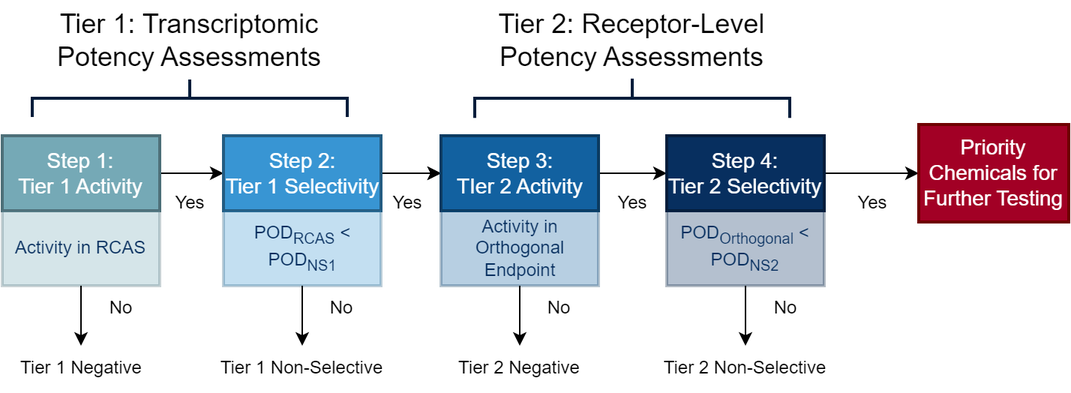
USEPA/CompTox-HTTr-RCAS keeps this draw.io diagram as vignettes/Fig2A_detail.png. Above is the earlier version. Source tidied: cells renumbered, new cells last; positions are measured from the earlier drawing's top-left corner, leaving out a move shared by most shapes.
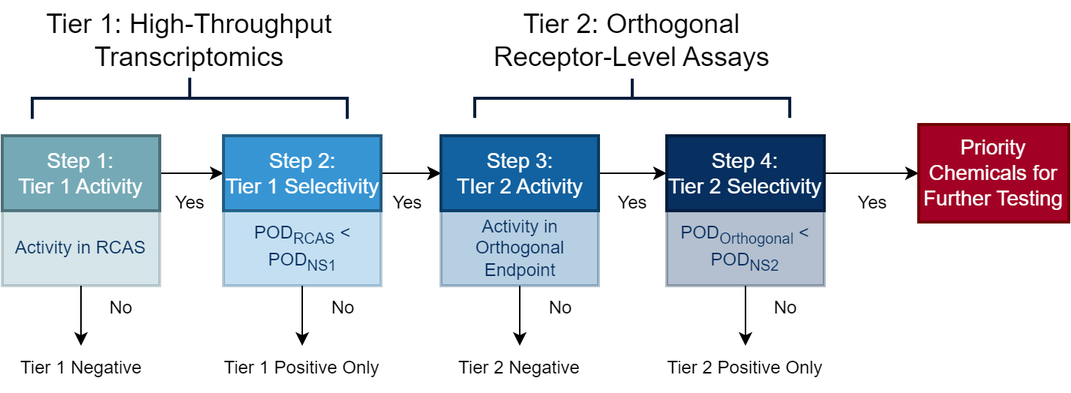
The same diagram one commit later.

Commit message:
attrition-process: updated terminology + framework schematic

Change to the diagram source:
```diff
@@ -26,17 +26,17 @@
     <mxCell id="9" style="strokeWidth=2;html=1;shape=mxgraph.flowchart.annotation_2;align=left;labelPosition=right;strokeColor=#041D3B;fontSize=20;fontColor=#000000;fillColor=#072f5f;rotation=90;" parent="8" vertex="1">
       <mxGeometry x="96.9" y="-40" width="26.2" height="210" as="geometry" />
     </mxCell>
-    <mxCell id="10" value="Tier 2: Receptor-Level Potency Assessments" style="text;html=1;strokeColor=none;fillColor=none;align=center;verticalAlign=middle;whiteSpace=wrap;rounded=0;sketch=0;fontSize=18;fontColor=#000000;fontStyle=0;" parent="8" vertex="1">
+    <mxCell id="10" value="Tier 2: Orthogonal Receptor-Level Assays" style="text;html=1;strokeColor=none;fillColor=none;align=center;verticalAlign=middle;whiteSpace=wrap;rounded=0;sketch=0;fontSize=18;fontColor=#000000;fontStyle=0;" parent="8" vertex="1">
       <mxGeometry x="13.1" width="193.8" height="53.5" as="geometry" />
     </mxCell>
     <mxCell id="11" style="group;" parent="1" vertex="1">
-      <mxGeometry x="20" y="40" width="210" height="77.5" as="geometry" />
+      <mxGeometry x="10" y="40" width="230" height="77.5" as="geometry" />
     </mxCell>
     <mxCell id="12" style="strokeWidth=2;html=1;shape=mxgraph.flowchart.annotation_2;align=left;labelPosition=right;strokeColor=#041D3B;fontSize=20;fontColor=#000000;fillColor=#072f5f;rotation=90;" parent="11" vertex="1">
-      <mxGeometry x="92.5" y="-40" width="25" height="210" as="geometry" />
+      <mxGeometry x="101.3" y="-40" width="27.4" height="210" as="geometry" />
     </mxCell>
-    <mxCell id="13" value="Tier 1: Transcriptomic Potency Assessments" style="text;html=1;strokeColor=none;fillColor=none;align=center;verticalAlign=middle;whiteSpace=wrap;rounded=0;sketch=0;fontSize=18;fontColor=#000000;fontStyle=0;" parent="11" vertex="1">
-      <mxGeometry x="10" width="190" height="53.5" as="geometry" />
+    <mxCell id="13" value="Tier 1: High-Throughput Transcriptomics" style="text;html=1;strokeColor=none;fillColor=none;align=center;verticalAlign=middle;whiteSpace=wrap;rounded=0;sketch=0;fontSize=18;fontColor=#000000;fontStyle=0;" parent="11" vertex="1">
+      <mxGeometry x="11" width="208.1" height="53.5" as="geometry" />
     </mxCell>
     <mxCell id="14" value="Yes" style="rounded=0;whiteSpace=wrap;html=1;fillColor=none;strokeColor=none;strokeWidth=2;fontColor=#000000;" parent="1" vertex="1">
       <mxGeometry x="100" y="160" width="51" height="30" as="geometry" />
@@ -83,7 +83,7 @@
     <mxCell id="28" value="Yes" style="rounded=0;whiteSpace=wrap;html=1;fillColor=none;strokeColor=none;strokeWidth=2;fontColor=#000000;" parent="24" vertex="1">
       <mxGeometry x="92.5" y="30" width="61" height="30" as="geometry" />
     </mxCell>
-    <mxCell id="29" value="Tier 1 Non-Selective" style="rounded=0;whiteSpace=wrap;html=1;fillColor=none;strokeColor=none;strokeWidth=2;fontColor=#000000;" parent="23" vertex="1">
+    <mxCell id="29" value="Tier 1 Positive Only" style="rounded=0;whiteSpace=wrap;html=1;fillColor=none;strokeColor=none;strokeWidth=2;fontColor=#000000;" parent="23" vertex="1">
       <mxGeometry y="140" width="120" height="30" as="geometry" />
     </mxCell>
     <mxCell id="30" style="html=1;strokeColor=#000000;exitX=0.5;exitY=1;exitDx=0;exitDy=0;entryX=0.5;entryY=0;entryDx=0;entryDy=0;" parent="23" edge="1" source="26" target="29">
@@ -128,7 +128,7 @@
     <mxCell id="43" value="Yes" style="rounded=0;whiteSpace=wrap;html=1;fillColor=none;strokeColor=none;strokeWidth=2;fontColor=#000000;" parent="39" vertex="1">
       <mxGeometry x="107" y="30" width="61" height="30" as="geometry" />
     </mxCell>
-    <mxCell id="44" value="Tier 2 Non-Selective" style="rounded=0;whiteSpace=wrap;html=1;fillColor=none;strokeColor=none;strokeWidth=2;fontColor=#000000;" parent="38" vertex="1">
+    <mxCell id="44" value="Tier 2 Positive Only" style="rounded=0;whiteSpace=wrap;html=1;fillColor=none;strokeColor=none;strokeWidth=2;fontColor=#000000;" parent="38" vertex="1">
       <mxGeometry y="140" width="111" height="30" as="geometry" />
     </mxCell>
     <mxCell id="45" style="html=1;strokeColor=#000000;exitX=0.5;exitY=1;exitDx=0;exitDy=0;entryX=0.5;entryY=0;entryDx=0;entryDy=0;" parent="38" edge="1" source="41" target="44">
```
